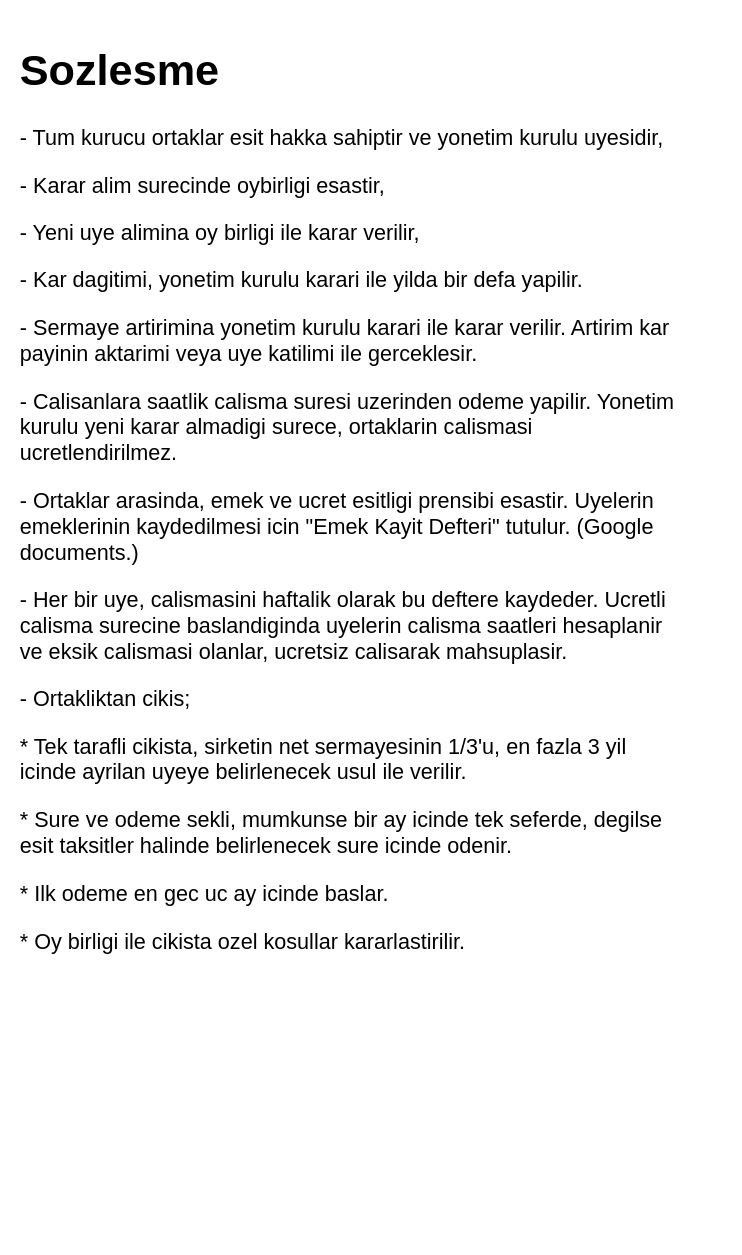
Before: page "Sozlesme" (4 of 4) of Untitled Diagram.drawio in dagistan-tuncbilek/ide-drawIO, a draw.io diagram. Source tidied: cells renumbered, new cells numbered last; positions are measured from the earlier drawing's top-left corner, leaving out a move shared by most shapes. Both pictures are drawn from the tidied source at 90%, with x=0, y=0 at pixel (15, 24).
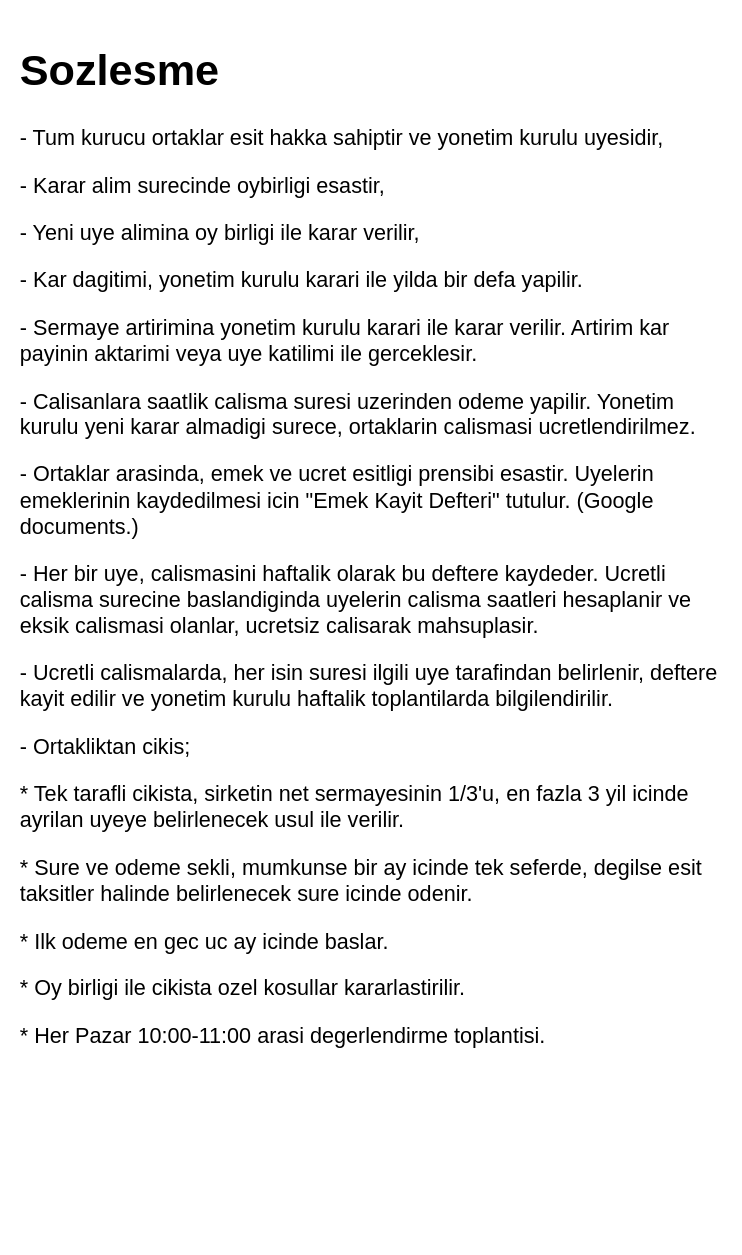
Above is the later version.

The edit, as a diff of the source:
```diff
@@
 <mxGraphModel>
   <root>
     <mxCell id="0" />
     <mxCell id="1" parent="0" />
-    <mxCell id="2" value="&lt;h1&gt;Sozlesme&lt;/h1&gt;&lt;p&gt;- Tum kurucu ortaklar esit hakka sahiptir ve yonetim kurulu uyesidir,&lt;/p&gt;&lt;p&gt;- Karar alim surecinde oybirligi esastir,&lt;/p&gt;&lt;p&gt;- Yeni uye alimina oy birligi ile karar verilir,&lt;/p&gt;&lt;p&gt;- Kar dagitimi, yonetim kurulu karari ile yilda bir defa yapilir.&lt;/p&gt;&lt;p&gt;- Sermaye artirimina yonetim kurulu karari ile karar verilir. Artirim kar payinin aktarimi veya uye katilimi ile gerceklesir.&lt;br&gt;&lt;/p&gt;&lt;p&gt;- Calisanlara saatlik calisma suresi uzerinden odeme yapilir. Yonetim &lt;br&gt;kurulu yeni karar almadigi surece, ortaklarin calismasi &lt;br&gt;ucretlendirilmez.&lt;/p&gt;&lt;p&gt;- Ortaklar arasinda, emek ve ucret esitligi prensibi esastir. Uyelerin emeklerinin kaydedilmesi icin &quot;Emek Kayit Defteri&quot; tutulur. (Google documents.)&lt;br&gt;&lt;/p&gt;&lt;p&gt;- Her bir uye, calismasini haftalik olarak bu deftere kaydeder. Ucretli calisma surecine baslandiginda uyelerin calisma saatleri hesaplanir ve eksik calismasi olanlar, ucretsiz calisarak mahsuplasir.&lt;/p&gt;&lt;p&gt;- Ortakliktan cikis;&lt;/p&gt;&lt;p&gt;&lt;span&gt; &lt;/span&gt;* Tek tarafli cikista, sirketin net sermayesinin 1/3'u, en fazla 3 yil icinde ayrilan uyeye belirlenecek usul ile verilir. &lt;br&gt;&lt;/p&gt;&lt;p&gt;&lt;span&gt; &lt;/span&gt;* Sure ve odeme sekli, mumkunse bir ay icinde tek seferde, degilse esit taksitler halinde belirlenecek sure icinde odenir. &lt;br&gt;&lt;/p&gt;&lt;p&gt;&lt;span&gt; &lt;/span&gt;* Ilk odeme en gec uc ay icinde baslar.&lt;br&gt;&lt;/p&gt;&lt;p&gt;&lt;span&gt; &lt;/span&gt;* Oy birligi ile cikista ozel kosullar kararlastirilir.&lt;/p&gt;&lt;p&gt;&lt;br&gt;&lt;/p&gt;&lt;p&gt;&lt;br&gt;&lt;/p&gt;" style="text;html=1;strokeColor=none;fillColor=none;spacing=5;spacingTop=-20;whiteSpace=wrap;overflow=hidden;rounded=0;fontSize=24;verticalAlign=top;" parent="1" vertex="1">
-      <mxGeometry width="750" height="1110" as="geometry" />
+    <mxCell id="2" value="&lt;h1&gt;Sozlesme&lt;/h1&gt;&lt;p&gt;- Tum kurucu ortaklar esit hakka sahiptir ve yonetim kurulu uyesidir,&lt;/p&gt;&lt;p&gt;- Karar alim surecinde oybirligi esastir,&lt;/p&gt;&lt;p&gt;- Yeni uye alimina oy birligi ile karar verilir,&lt;/p&gt;&lt;p&gt;- Kar dagitimi, yonetim kurulu karari ile yilda bir defa yapilir.&lt;/p&gt;&lt;p&gt;- Sermaye artirimina yonetim kurulu karari ile karar verilir. Artirim kar payinin aktarimi veya uye katilimi ile gerceklesir.&lt;br&gt;&lt;/p&gt;&lt;p&gt;- Calisanlara saatlik calisma suresi uzerinden odeme yapilir. Yonetim &lt;br&gt;kurulu yeni karar almadigi surece, ortaklarin calismasi ucretlendirilmez.&lt;/p&gt;&lt;p&gt;- Ortaklar arasinda, emek ve ucret esitligi prensibi esastir. Uyelerin emeklerinin kaydedilmesi icin &quot;Emek Kayit Defteri&quot; tutulur. (Google documents.)&lt;br&gt;&lt;/p&gt;&lt;p&gt;- Her bir uye, calismasini haftalik olarak bu deftere kaydeder. Ucretli calisma surecine baslandiginda uyelerin calisma saatleri hesaplanir ve eksik calismasi olanlar, ucretsiz calisarak mahsuplasir.&lt;/p&gt;&lt;p&gt;- Ucretli calismalarda, her isin suresi ilgili uye tarafindan belirlenir, deftere kayit edilir ve yonetim kurulu haftalik toplantilarda bilgilendirilir.&lt;br&gt;&lt;/p&gt;&lt;p&gt;- Ortakliktan cikis;&lt;/p&gt;&lt;p&gt;&lt;span&gt; &lt;/span&gt;* Tek tarafli cikista, sirketin net sermayesinin 1/3'u, en fazla 3 yil icinde ayrilan uyeye belirlenecek usul ile verilir. &lt;br&gt;&lt;/p&gt;&lt;p&gt;&lt;span&gt; &lt;/span&gt;* Sure ve odeme sekli, mumkunse bir ay icinde tek seferde, degilse esit taksitler halinde belirlenecek sure icinde odenir. &lt;br&gt;&lt;/p&gt;&lt;p&gt;&lt;span&gt; &lt;/span&gt;* Ilk odeme en gec uc ay icinde baslar.&lt;br&gt;&lt;/p&gt;&lt;p&gt;&lt;span&gt; &lt;/span&gt;* Oy birligi ile cikista ozel kosullar kararlastirilir.&lt;/p&gt;&lt;p&gt;* Her Pazar 10:00-11:00 arasi degerlendirme toplantisi.&lt;br&gt;&lt;/p&gt;&lt;p&gt;&lt;br&gt;&lt;/p&gt;&lt;p&gt;&lt;br&gt;&lt;/p&gt;" style="text;html=1;strokeColor=none;fillColor=none;spacing=5;spacingTop=-20;whiteSpace=wrap;overflow=hidden;rounded=0;fontSize=24;verticalAlign=top;" parent="1" vertex="1">
+      <mxGeometry width="790" height="1350" as="geometry" />
     </mxCell>
   </root>
 </mxGraphModel>
```
